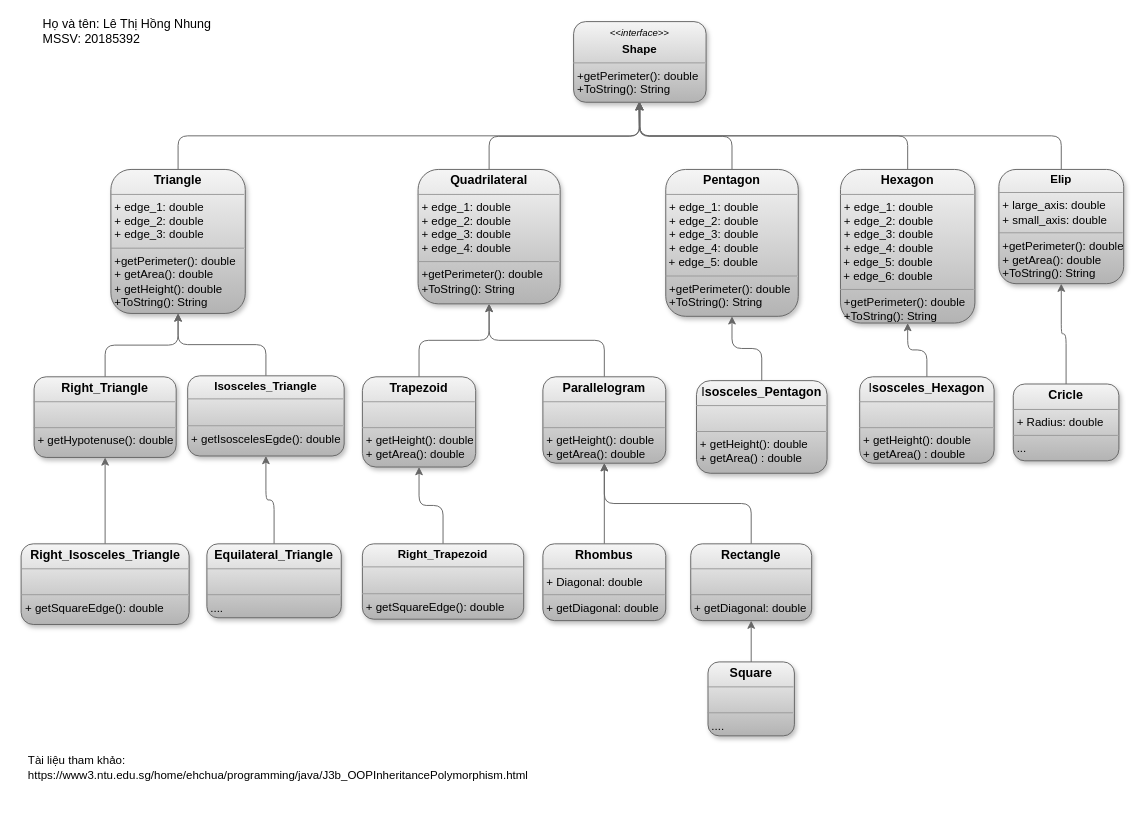
nhungkchy/LTHDoiTuong keeps this draw.io diagram as Untitled Diagram.drawio. Above is the earlier version. Source tidied: cells renumbered, new cells numbered last; positions are measured from the earlier drawing's top-left corner, leaving out a move shared by most shapes. Both pictures are drawn from the tidied source at 96%, with x=0, y=0 at pixel (20, 21).
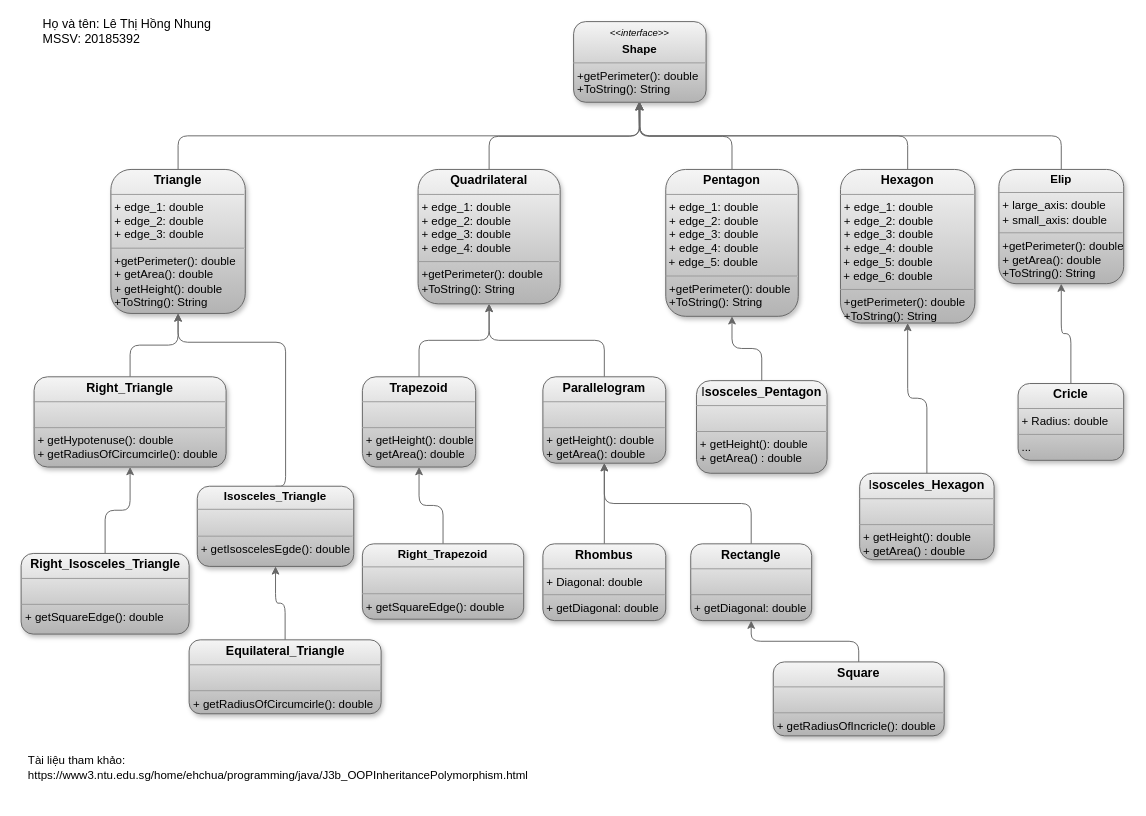
The same diagram, later.

The change refers to these unchanged cells:
```xml
<mxCell id="5" value="&lt;p style=&quot;margin: 0px ; margin-top: 4px ; text-align: center&quot;&gt;&lt;b&gt;&lt;font style=&quot;font-size: 13px&quot;&gt;Triangle&lt;/font&gt;&lt;/b&gt;&lt;br&gt;&lt;/p&gt;&lt;hr size=&quot;1&quot;&gt;&lt;p style=&quot;margin: 0px ; margin-left: 4px&quot;&gt;+ edge_1: double&lt;/p&gt;&lt;p style=&quot;margin: 0px ; margin-left: 4px&quot;&gt;+ edge_2: double&lt;/p&gt;&lt;p style=&quot;margin: 0px ; margin-left: 4px&quot;&gt;+ edge_3: double&lt;/p&gt;&lt;hr size=&quot;1&quot;&gt;&lt;p style=&quot;margin: 0px ; margin-left: 4px&quot;&gt;+getPerimeter(): double&amp;nbsp;&lt;br&gt;&lt;/p&gt;&lt;p style=&quot;margin: 0px ; margin-left: 4px&quot;&gt;+ getArea(): double&lt;/p&gt;&lt;p style=&quot;margin: 0px ; margin-left: 4px&quot;&gt;+ getHeight(): double&lt;/p&gt;&lt;p style=&quot;margin: 0px 0px 0px 4px&quot;&gt;+ToString(): String&lt;/p&gt;" style="verticalAlign=top;align=left;overflow=fill;fontSize=12;fontFamily=Helvetica;html=1;rounded=1;shadow=1;gradientColor=#b3b3b3;fillColor=#f5f5f5;strokeColor=#666666;" parent="1" vertex="1">
  <mxGeometry x="94" y="154" width="140" height="150" as="geometry" />
</mxCell>
```

The edit, as a diff of the source:
```diff
@@
     <mxCell id="2" value="&lt;p style=&quot;margin: 0px ; margin-top: 4px ; text-align: center&quot;&gt;&lt;b&gt;&lt;font style=&quot;font-size: 13px&quot;&gt;Cricle&lt;/font&gt;&lt;/b&gt;&lt;/p&gt;&lt;hr size=&quot;1&quot;&gt;&lt;p style=&quot;margin: 0px ; margin-left: 4px&quot;&gt;+ Radius: double&lt;/p&gt;&lt;hr size=&quot;1&quot;&gt;&lt;p style=&quot;margin: 0px ; margin-left: 4px&quot;&gt;...&lt;/p&gt;" style="verticalAlign=top;align=left;overflow=fill;fontSize=12;fontFamily=Helvetica;html=1;rounded=1;shadow=1;gradientColor=#b3b3b3;fillColor=#f5f5f5;strokeColor=#666666;" parent="1" vertex="1">
-      <mxGeometry x="1034" y="377.5" width="110" height="80" as="geometry" />
+      <mxGeometry x="1039" y="377" width="110" height="80" as="geometry" />
     </mxCell>
@@
-    <mxCell id="11" value="&lt;p style=&quot;margin: 0px ; margin-top: 4px ; text-align: center&quot;&gt;&lt;b&gt;&lt;font style=&quot;font-size: 13px&quot;&gt;Right_Triangle&lt;/font&gt;&lt;/b&gt;&lt;/p&gt;&lt;hr size=&quot;1&quot;&gt;&lt;p style=&quot;margin: 0px ; margin-left: 4px&quot;&gt;&lt;br&gt;&lt;/p&gt;&lt;hr size=&quot;1&quot;&gt;&lt;p style=&quot;margin: 0px ; margin-left: 4px&quot;&gt;+ getHypotenuse(): double&lt;/p&gt;" style="verticalAlign=top;align=left;overflow=fill;fontSize=12;fontFamily=Helvetica;html=1;rounded=1;shadow=1;gradientColor=#b3b3b3;fillColor=#f5f5f5;strokeColor=#666666;" parent="1" vertex="1">
-      <mxGeometry x="14" y="370" width="148" height="84" as="geometry" />
+    <mxCell id="11" value="&lt;p style=&quot;margin: 0px ; margin-top: 4px ; text-align: center&quot;&gt;&lt;b&gt;&lt;font style=&quot;font-size: 13px&quot;&gt;Right_Triangle&lt;/font&gt;&lt;/b&gt;&lt;/p&gt;&lt;hr size=&quot;1&quot;&gt;&lt;p style=&quot;margin: 0px ; margin-left: 4px&quot;&gt;&lt;br&gt;&lt;/p&gt;&lt;hr size=&quot;1&quot;&gt;&lt;p style=&quot;margin: 0px ; margin-left: 4px&quot;&gt;+ getHypotenuse(): double&lt;/p&gt;&lt;p style=&quot;margin: 0px ; margin-left: 4px&quot;&gt;+ getRadiusOfCircumcirle(): double&lt;br&gt;&lt;/p&gt;" style="verticalAlign=top;align=left;overflow=fill;fontSize=12;fontFamily=Helvetica;html=1;rounded=1;shadow=1;gradientColor=#b3b3b3;fillColor=#f5f5f5;strokeColor=#666666;" parent="1" vertex="1">
+      <mxGeometry x="14" y="370" width="200" height="94" as="geometry" />
     </mxCell>
@@
     <mxCell id="23" style="edgeStyle=orthogonalEdgeStyle;jettySize=auto;html=1;exitX=0.5;exitY=0;exitDx=0;exitDy=0;entryX=0.5;entryY=1;entryDx=0;entryDy=0;gradientColor=#b3b3b3;fillColor=#f5f5f5;strokeColor=#666666;" parent="1" edge="1" source="24" target="5">
-      <mxGeometry relative="1" as="geometry" />
+      <mxGeometry relative="1" as="geometry">
+        <Array as="points">
+          <mxPoint x="276" y="334" />
+          <mxPoint x="164" y="334" />
+        </Array>
+      </mxGeometry>
     </mxCell>
     <mxCell id="24" value="&lt;p style=&quot;margin: 0px ; margin-top: 4px ; text-align: center&quot;&gt;&lt;b&gt;Isosceles_Triangle&lt;/b&gt;&lt;/p&gt;&lt;hr size=&quot;1&quot;&gt;&lt;p style=&quot;margin: 0px ; margin-left: 4px&quot;&gt;&lt;br&gt;&lt;/p&gt;&lt;hr size=&quot;1&quot;&gt;&lt;p style=&quot;margin: 0px ; margin-left: 4px&quot;&gt;+ getIsoscelesEgde(): double&lt;/p&gt;" style="verticalAlign=top;align=left;overflow=fill;fontSize=12;fontFamily=Helvetica;html=1;rounded=1;shadow=1;gradientColor=#b3b3b3;fillColor=#f5f5f5;strokeColor=#666666;" parent="1" vertex="1">
-      <mxGeometry x="174" y="369" width="163" height="83.5" as="geometry" />
+      <mxGeometry x="184" y="484" width="163" height="83.5" as="geometry" />
     </mxCell>
@@
-    <mxCell id="32" value="&lt;p style=&quot;margin: 0px ; margin-top: 4px ; text-align: center&quot;&gt;&lt;b&gt;&lt;font style=&quot;font-size: 13px&quot;&gt;Square&lt;/font&gt;&lt;/b&gt;&lt;br&gt;&lt;/p&gt;&lt;hr size=&quot;1&quot;&gt;&lt;p style=&quot;margin: 0px ; margin-left: 4px&quot;&gt;&lt;br&gt;&lt;/p&gt;&lt;hr size=&quot;1&quot;&gt;&lt;p style=&quot;margin: 0px ; margin-left: 4px&quot;&gt;....&lt;/p&gt;" style="verticalAlign=top;align=left;overflow=fill;fontSize=12;fontFamily=Helvetica;html=1;rounded=1;shadow=1;fillColor=#f5f5f5;strokeColor=#666666;gradientColor=#b3b3b3;" parent="1" vertex="1">
-      <mxGeometry x="716" y="667" width="90" height="77" as="geometry" />
+    <mxCell id="32" value="&lt;p style=&quot;margin: 0px ; margin-top: 4px ; text-align: center&quot;&gt;&lt;b&gt;&lt;font style=&quot;font-size: 13px&quot;&gt;Square&lt;/font&gt;&lt;/b&gt;&lt;br&gt;&lt;/p&gt;&lt;hr size=&quot;1&quot;&gt;&lt;p style=&quot;margin: 0px ; margin-left: 4px&quot;&gt;&lt;br&gt;&lt;/p&gt;&lt;hr size=&quot;1&quot;&gt;&lt;p style=&quot;margin: 0px ; margin-left: 4px&quot;&gt;+ getRadiusOfIncricle(): double&lt;/p&gt;&lt;p style=&quot;margin: 0px ; margin-left: 4px&quot;&gt;&lt;br&gt;&lt;/p&gt;" style="verticalAlign=top;align=left;overflow=fill;fontSize=12;fontFamily=Helvetica;html=1;rounded=1;shadow=1;fillColor=#f5f5f5;strokeColor=#666666;gradientColor=#b3b3b3;" parent="1" vertex="1">
+      <mxGeometry x="784" y="667" width="178" height="77" as="geometry" />
     </mxCell>
@@
     <mxCell id="36" value="&lt;p style=&quot;margin: 0px ; margin-top: 4px ; text-align: center&quot;&gt;&lt;b&gt;&lt;font style=&quot;font-size: 13px&quot;&gt;Right_Isosceles_Triangle&lt;/font&gt;&lt;/b&gt;&lt;/p&gt;&lt;hr size=&quot;1&quot;&gt;&lt;p style=&quot;margin: 0px ; margin-left: 4px&quot;&gt;&lt;br&gt;&lt;/p&gt;&lt;hr size=&quot;1&quot;&gt;&lt;p style=&quot;margin: 0px ; margin-left: 4px&quot;&gt;+ getSquareEdge(): double&lt;br&gt;&lt;/p&gt;" style="verticalAlign=top;align=left;overflow=fill;fontSize=12;fontFamily=Helvetica;html=1;rounded=1;shadow=1;gradientColor=#b3b3b3;fillColor=#f5f5f5;strokeColor=#666666;" parent="1" vertex="1">
-      <mxGeometry x="0.5" y="544" width="175" height="84" as="geometry" />
+      <mxGeometry x="0.5" y="554" width="175" height="84" as="geometry" />
     </mxCell>
@@
-    <mxCell id="38" value="&lt;p style=&quot;margin: 0px ; margin-top: 4px ; text-align: center&quot;&gt;&lt;font size=&quot;2&quot;&gt;&lt;b&gt;Equilateral_Triangle&lt;/b&gt;&lt;/font&gt;&lt;/p&gt;&lt;hr size=&quot;1&quot;&gt;&lt;p style=&quot;margin: 0px ; margin-left: 4px&quot;&gt;&lt;br&gt;&lt;/p&gt;&lt;hr size=&quot;1&quot;&gt;&lt;p style=&quot;margin: 0px ; margin-left: 4px&quot;&gt;....&lt;/p&gt;" style="verticalAlign=top;align=left;overflow=fill;fontSize=12;fontFamily=Helvetica;html=1;rounded=1;shadow=1;gradientColor=#b3b3b3;fillColor=#f5f5f5;strokeColor=#666666;" parent="1" vertex="1">
-      <mxGeometry x="194" y="544" width="140" height="77" as="geometry" />
+    <mxCell id="38" value="&lt;p style=&quot;margin: 0px ; margin-top: 4px ; text-align: center&quot;&gt;&lt;font size=&quot;2&quot;&gt;&lt;b&gt;Equilateral_Triangle&lt;/b&gt;&lt;/font&gt;&lt;/p&gt;&lt;hr size=&quot;1&quot;&gt;&lt;p style=&quot;margin: 0px ; margin-left: 4px&quot;&gt;&lt;br&gt;&lt;/p&gt;&lt;hr size=&quot;1&quot;&gt;&lt;p style=&quot;margin: 0px ; margin-left: 4px&quot;&gt;+ getRadiusOfCircumcirle(): double&lt;/p&gt;" style="verticalAlign=top;align=left;overflow=fill;fontSize=12;fontFamily=Helvetica;html=1;rounded=1;shadow=1;gradientColor=#b3b3b3;fillColor=#f5f5f5;strokeColor=#666666;" parent="1" vertex="1">
+      <mxGeometry x="175.5" y="644" width="200" height="77" as="geometry" />
     </mxCell>
@@
     <mxCell id="40" value="&lt;p style=&quot;margin: 4px 0px 0px ; text-align: center ; font-size: 13px&quot;&gt;I&lt;b&gt;sosceles_Hexagon&lt;/b&gt;&lt;/p&gt;&lt;hr size=&quot;1&quot;&gt;&lt;p style=&quot;margin: 0px ; margin-left: 4px&quot;&gt;&lt;br&gt;&lt;/p&gt;&lt;hr size=&quot;1&quot;&gt;&lt;p style=&quot;margin: 0px ; margin-left: 4px&quot;&gt;+ getHeight(): double&lt;/p&gt;&lt;p style=&quot;margin: 0px ; margin-left: 4px&quot;&gt;+ getArea() : double&lt;/p&gt;" style="verticalAlign=top;align=left;overflow=fill;fontSize=12;fontFamily=Helvetica;html=1;rounded=1;shadow=1;gradientColor=#b3b3b3;fillColor=#f5f5f5;strokeColor=#666666;" parent="1" vertex="1">
-      <mxGeometry x="874" y="370" width="140" height="90" as="geometry" />
+      <mxGeometry x="874" y="470.5" width="140" height="90" as="geometry" />
     </mxCell>
```
